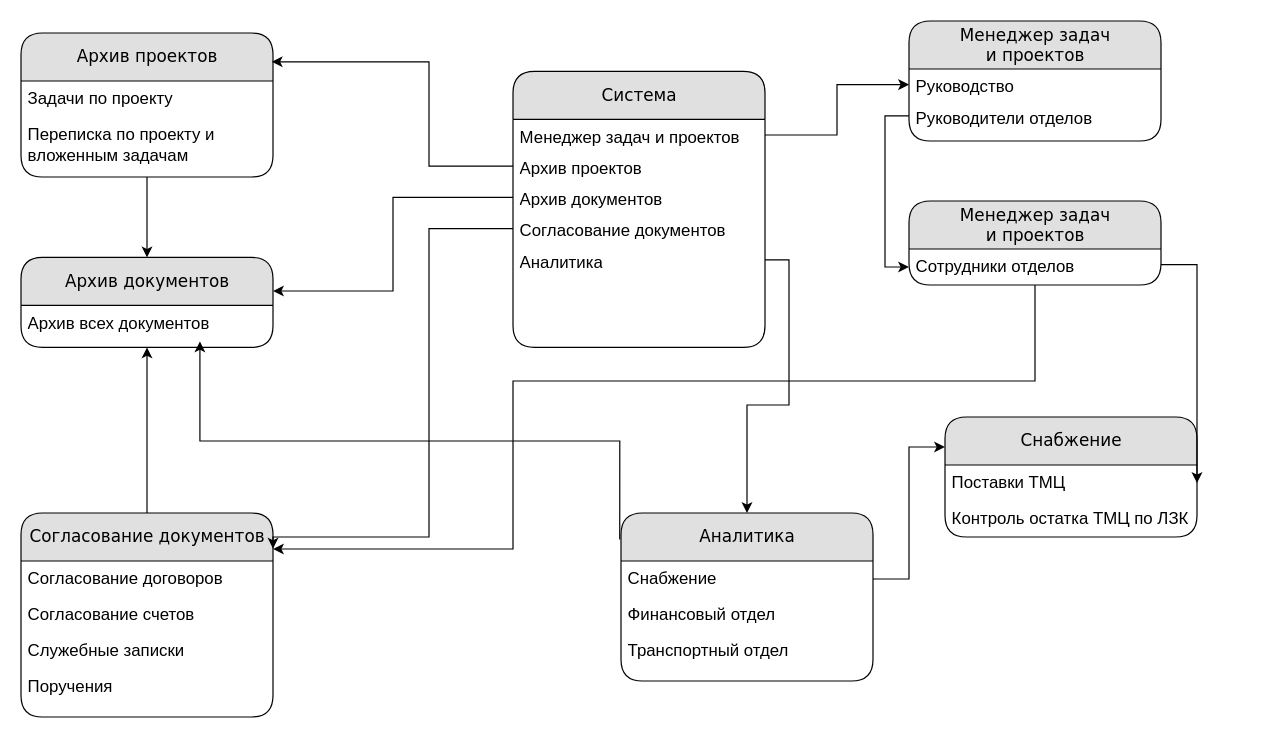
polyachok/CorpPortal keeps this draw.io diagram as Основная схема1.drawio. Above is the earlier version. Source tidied: cells renumbered, new cells numbered last; positions are measured from the earlier drawing's top-left corner, leaving out a move shared by most shapes. Both pictures are drawn from the tidied source at 120%, with x=0, y=0 at pixel (20, 20).
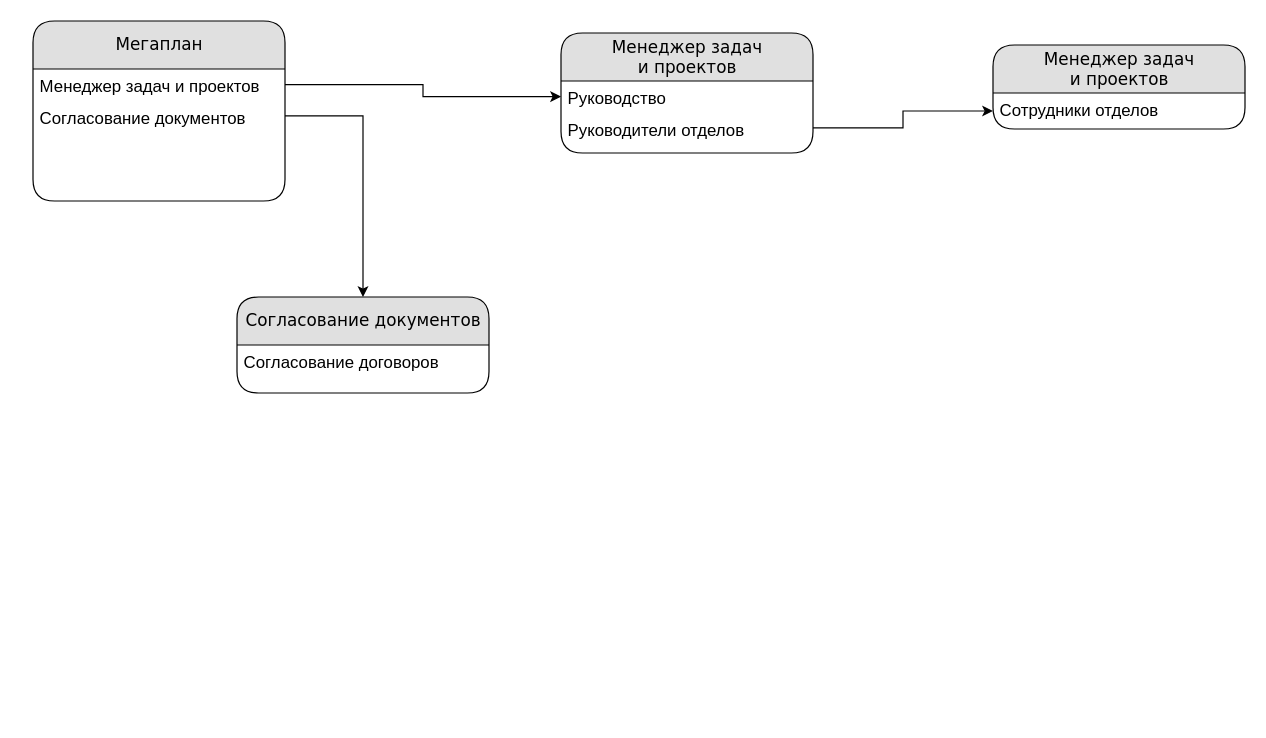
Above is the later version.

Unchanged cells that the change refers to:
```xml
<mxCell id="13" value="&lt;span style=&quot;font-size: 14px&quot;&gt;Сотрудники отделов&lt;/span&gt;" style="text;html=1;strokeColor=none;fillColor=none;spacingLeft=4;spacingRight=4;whiteSpace=wrap;overflow=hidden;points=[[0,0.5],[1,0.5]];portConstraint=eastwest;" parent="12" vertex="1">
  <mxGeometry y="40" width="210" height="30" as="geometry" />
</mxCell>
```

Change to the diagram source:
```diff
@@
     <mxCell id="2" value="&lt;font style=&quot;font-size: 14px&quot;&gt;Менеджер задач&lt;br&gt;&amp;nbsp;и проектов&amp;nbsp;&lt;/font&gt;" style="swimlane;html=1;fontStyle=0;horizontal=1;startSize=40;fillColor=#e0e0e0;swimlaneFillColor=#ffffff;align=center;rounded=1;shadow=0;comic=0;labelBackgroundColor=none;strokeWidth=1;fontFamily=Verdana;fontSize=12;" parent="1" vertex="1">
-      <mxGeometry x="740" width="210" height="100" as="geometry" />
+      <mxGeometry x="450" y="10" width="210" height="100" as="geometry" />
     </mxCell>
@@
-    <mxCell id="5" value="&lt;span style=&quot;font-size: 14px&quot;&gt;Система&lt;/span&gt;" style="swimlane;html=1;fontStyle=0;horizontal=1;startSize=40;fillColor=#e0e0e0;swimlaneFillColor=#ffffff;align=center;rounded=1;shadow=0;comic=0;labelBackgroundColor=none;strokeWidth=1;fontFamily=Verdana;fontSize=12;" parent="1" vertex="1">
-      <mxGeometry x="410" y="42" width="210" height="230" as="geometry" />
+    <mxCell id="5" value="&lt;span style=&quot;font-size: 14px&quot;&gt;Мегаплан&lt;/span&gt;" style="swimlane;html=1;fontStyle=0;horizontal=1;startSize=40;fillColor=#e0e0e0;swimlaneFillColor=#ffffff;align=center;rounded=1;shadow=0;comic=0;labelBackgroundColor=none;strokeWidth=1;fontFamily=Verdana;fontSize=12;" parent="1" vertex="1">
+      <mxGeometry x="10" width="210" height="150" as="geometry" />
     </mxCell>
@@
-    <mxCell id="7" value="&lt;font style=&quot;font-size: 14px&quot;&gt;Архив проектов&lt;/font&gt;" style="text;html=1;strokeColor=none;fillColor=none;spacingLeft=4;spacingRight=4;whiteSpace=wrap;overflow=hidden;points=[[0,0.5],[1,0.5]];portConstraint=eastwest;" parent="5" vertex="1">
-      <mxGeometry y="66" width="210" height="26" as="geometry" />
-    </mxCell>
-    <mxCell id="8" value="&lt;font style=&quot;font-size: 14px&quot;&gt;Архив документов&lt;/font&gt;" style="text;html=1;strokeColor=none;fillColor=none;spacingLeft=4;spacingRight=4;whiteSpace=wrap;overflow=hidden;points=[[0,0.5],[1,0.5]];portConstraint=eastwest;" parent="5" vertex="1">
-      <mxGeometry y="92" width="210" height="26" as="geometry" />
-    </mxCell>
     <mxCell id="9" value="&lt;font style=&quot;font-size: 14px&quot;&gt;Согласование документов&lt;/font&gt;" style="text;html=1;strokeColor=none;fillColor=none;spacingLeft=4;spacingRight=4;whiteSpace=wrap;overflow=hidden;points=[[0,0.5],[1,0.5]];portConstraint=eastwest;" parent="5" vertex="1">
-      <mxGeometry y="118" width="210" height="26" as="geometry" />
+      <mxGeometry y="66" width="210" height="26" as="geometry" />
     </mxCell>
-    <mxCell id="10" value="&lt;font style=&quot;font-size: 14px&quot;&gt;Аналитика&lt;/font&gt;" style="text;html=1;strokeColor=none;fillColor=none;spacingLeft=4;spacingRight=4;whiteSpace=wrap;overflow=hidden;points=[[0,0.5],[1,0.5]];portConstraint=eastwest;" parent="5" vertex="1">
-      <mxGeometry y="144" width="210" height="26" as="geometry" />
-    </mxCell>
@@
     <mxCell id="12" value="&lt;font style=&quot;font-size: 14px&quot;&gt;Менеджер задач&lt;br&gt;&amp;nbsp;и проектов&amp;nbsp;&lt;/font&gt;" style="swimlane;html=1;fontStyle=0;horizontal=1;startSize=40;fillColor=#e0e0e0;swimlaneFillColor=#ffffff;align=center;rounded=1;shadow=0;comic=0;labelBackgroundColor=none;strokeWidth=1;fontFamily=Verdana;fontSize=12;" parent="1" vertex="1">
-      <mxGeometry x="740" y="150" width="210" height="70" as="geometry" />
+      <mxGeometry x="810" y="20" width="210" height="70" as="geometry" />
     </mxCell>
@@
-    <mxCell id="14" style="edgeStyle=orthogonalEdgeStyle;rounded=0;jettySize=auto;html=1;entryX=0.5;entryY=0;entryDx=0;entryDy=0;" parent="1" edge="1" source="15" target="18">
-      <mxGeometry relative="1" as="geometry" />
-    </mxCell>
-    <mxCell id="15" value="&lt;span style=&quot;font-size: 14px&quot;&gt;Архив проектов&lt;/span&gt;" style="swimlane;html=1;fontStyle=0;horizontal=1;startSize=40;fillColor=#e0e0e0;swimlaneFillColor=#ffffff;align=center;rounded=1;shadow=0;comic=0;labelBackgroundColor=none;strokeWidth=1;fontFamily=Verdana;fontSize=12;" parent="1" vertex="1">
-      <mxGeometry y="10" width="210" height="120" as="geometry" />
-    </mxCell>
-    <mxCell id="16" value="&lt;span style=&quot;font-size: 14px&quot;&gt;Задачи по проекту&lt;/span&gt;" style="text;html=1;strokeColor=none;fillColor=none;spacingLeft=4;spacingRight=4;whiteSpace=wrap;overflow=hidden;" parent="15" vertex="1">
-      <mxGeometry y="40" width="210" height="30" as="geometry" />
-    </mxCell>
-    <mxCell id="17" value="&lt;span style=&quot;font-size: 14px&quot;&gt;Переписка по проекту и вложенным задачам&lt;/span&gt;" style="text;html=1;strokeColor=none;fillColor=none;spacingLeft=4;spacingRight=4;whiteSpace=wrap;overflow=hidden;" parent="15" vertex="1">
-      <mxGeometry y="70" width="210" height="40" as="geometry" />
-    </mxCell>
-    <mxCell id="18" value="&lt;span style=&quot;font-size: 14px&quot;&gt;Архив документов&lt;/span&gt;" style="swimlane;html=1;fontStyle=0;horizontal=1;startSize=40;fillColor=#e0e0e0;swimlaneFillColor=#ffffff;align=center;rounded=1;shadow=0;comic=0;labelBackgroundColor=none;strokeWidth=1;fontFamily=Verdana;fontSize=12;" parent="1" vertex="1">
-      <mxGeometry y="197" width="210" height="75" as="geometry" />
-    </mxCell>
-    <mxCell id="19" value="&lt;span style=&quot;font-size: 14px&quot;&gt;Архив всех документов&lt;/span&gt;" style="text;html=1;strokeColor=none;fillColor=none;spacingLeft=4;spacingRight=4;whiteSpace=wrap;overflow=hidden;points=[[0,0.5],[1,0.5]];portConstraint=eastwest;" parent="18" vertex="1">
-      <mxGeometry y="40" width="210" height="30" as="geometry" />
-    </mxCell>
@@
-    <mxCell id="21" style="edgeStyle=orthogonalEdgeStyle;rounded=0;jettySize=auto;html=1;entryX=0.995;entryY=0.2;entryDx=0;entryDy=0;entryPerimeter=0;" parent="1" edge="1" source="7" target="15">
-      <mxGeometry relative="1" as="geometry">
-        <Array as="points">
-          <mxPoint x="340" y="121" />
-          <mxPoint x="340" y="34" />
-        </Array>
-      </mxGeometry>
-    </mxCell>
-    <mxCell id="22" style="edgeStyle=orthogonalEdgeStyle;rounded=0;jettySize=auto;html=1;entryX=1;entryY=0.373;entryDx=0;entryDy=0;entryPerimeter=0;" parent="1" edge="1" source="8" target="18">
-      <mxGeometry relative="1" as="geometry" />
-    </mxCell>
-    <mxCell id="23" style="edgeStyle=orthogonalEdgeStyle;rounded=0;jettySize=auto;html=1;entryX=0.5;entryY=1;entryDx=0;entryDy=0;" parent="1" edge="1" source="24" target="18">
-      <mxGeometry relative="1" as="geometry" />
-    </mxCell>
     <mxCell id="24" value="&lt;span style=&quot;font-size: 14px&quot;&gt;Согласование документов&lt;/span&gt;" style="swimlane;html=1;fontStyle=0;horizontal=1;startSize=40;fillColor=#e0e0e0;swimlaneFillColor=#ffffff;align=center;rounded=1;shadow=0;comic=0;labelBackgroundColor=none;strokeWidth=1;fontFamily=Verdana;fontSize=12;" parent="1" vertex="1">
-      <mxGeometry y="410" width="210" height="170" as="geometry" />
+      <mxGeometry x="180" y="230" width="210" height="80" as="geometry" />
     </mxCell>
@@
-    <mxCell id="26" value="&lt;span style=&quot;font-size: 14px&quot;&gt;Согласование счетов&lt;/span&gt;" style="text;html=1;strokeColor=none;fillColor=none;spacingLeft=4;spacingRight=4;whiteSpace=wrap;overflow=hidden;" parent="24" vertex="1">
-      <mxGeometry y="70" width="210" height="30" as="geometry" />
-    </mxCell>
-    <mxCell id="27" value="&lt;span style=&quot;font-size: 14px&quot;&gt;Служебные записки&lt;/span&gt;" style="text;html=1;strokeColor=none;fillColor=none;spacingLeft=4;spacingRight=4;whiteSpace=wrap;overflow=hidden;" parent="24" vertex="1">
-      <mxGeometry y="100" width="210" height="30" as="geometry" />
-    </mxCell>
-    <mxCell id="28" value="&lt;span style=&quot;font-size: 14px&quot;&gt;Поручения&lt;/span&gt;" style="text;html=1;strokeColor=none;fillColor=none;spacingLeft=4;spacingRight=4;whiteSpace=wrap;overflow=hidden;" parent="24" vertex="1">
-      <mxGeometry y="130" width="210" height="30" as="geometry" />
-    </mxCell>
-    <mxCell id="29" style="edgeStyle=orthogonalEdgeStyle;rounded=0;jettySize=auto;html=1;entryX=1;entryY=0.175;entryDx=0;entryDy=0;entryPerimeter=0;" parent="1" edge="1" source="9" target="24">
-      <mxGeometry relative="1" as="geometry">
-        <Array as="points">
-          <mxPoint x="340" y="173" />
-          <mxPoint x="340" y="430" />
-          <mxPoint x="210" y="430" />
-        </Array>
-      </mxGeometry>
+    <mxCell id="29" style="edgeStyle=orthogonalEdgeStyle;rounded=0;jettySize=auto;html=1;entryX=0.5;entryY=0;entryDx=0;entryDy=0;" parent="1" edge="1" source="9" target="24">
+      <mxGeometry relative="1" as="geometry" />
     </mxCell>
-    <mxCell id="30" value="&lt;span style=&quot;font-size: 14px&quot;&gt;Аналитика&lt;/span&gt;" style="swimlane;html=1;fontStyle=0;horizontal=1;startSize=40;fillColor=#e0e0e0;swimlaneFillColor=#ffffff;align=center;rounded=1;shadow=0;comic=0;labelBackgroundColor=none;strokeWidth=1;fontFamily=Verdana;fontSize=12;" parent="1" vertex="1">
-      <mxGeometry x="500" y="410" width="210" height="140" as="geometry" />
-    </mxCell>
-    <mxCell id="31" value="&lt;span style=&quot;font-size: 14px&quot;&gt;Снабжение&lt;/span&gt;" style="text;html=1;strokeColor=none;fillColor=none;spacingLeft=4;spacingRight=4;whiteSpace=wrap;overflow=hidden;points=[[0,0.5],[1,0.5]];portConstraint=eastwest;" parent="30" vertex="1">
-      <mxGeometry y="40" width="210" height="30" as="geometry" />
-    </mxCell>
-    <mxCell id="32" value="&lt;span style=&quot;font-size: 14px&quot;&gt;Финансовый отдел&lt;/span&gt;" style="text;html=1;strokeColor=none;fillColor=none;spacingLeft=4;spacingRight=4;whiteSpace=wrap;overflow=hidden;" parent="30" vertex="1">
-      <mxGeometry y="70" width="210" height="30" as="geometry" />
-    </mxCell>
-    <mxCell id="33" value="&lt;span style=&quot;font-size: 14px&quot;&gt;Транспортный отдел&lt;/span&gt;" style="text;html=1;strokeColor=none;fillColor=none;spacingLeft=4;spacingRight=4;whiteSpace=wrap;overflow=hidden;" parent="30" vertex="1">
-      <mxGeometry y="100" width="210" height="30" as="geometry" />
-    </mxCell>
-    <mxCell id="34" value="&lt;span style=&quot;font-size: 14px&quot;&gt;Снабжение&lt;/span&gt;" style="swimlane;html=1;fontStyle=0;horizontal=1;startSize=40;fillColor=#e0e0e0;swimlaneFillColor=#ffffff;align=center;rounded=1;shadow=0;comic=0;labelBackgroundColor=none;strokeWidth=1;fontFamily=Verdana;fontSize=12;" parent="1" vertex="1">
-      <mxGeometry x="770" y="330" width="210" height="100" as="geometry" />
-    </mxCell>
-    <mxCell id="35" value="&lt;span style=&quot;font-size: 14px&quot;&gt;Поставки ТМЦ&lt;/span&gt;" style="text;html=1;strokeColor=none;fillColor=none;spacingLeft=4;spacingRight=4;whiteSpace=wrap;overflow=hidden;points=[[0,0.5],[1,0.5]];portConstraint=eastwest;" parent="34" vertex="1">
-      <mxGeometry y="40" width="210" height="30" as="geometry" />
-    </mxCell>
-    <mxCell id="36" value="&lt;span style=&quot;font-size: 14px&quot;&gt;Контроль остатка ТМЦ по ЛЗК&lt;/span&gt;" style="text;html=1;strokeColor=none;fillColor=none;spacingLeft=4;spacingRight=4;whiteSpace=wrap;overflow=hidden;" parent="34" vertex="1">
-      <mxGeometry y="70" width="210" height="30" as="geometry" />
-    </mxCell>
-    <mxCell id="37" style="edgeStyle=orthogonalEdgeStyle;rounded=0;jettySize=auto;html=1;entryX=0.5;entryY=0;entryDx=0;entryDy=0;" parent="1" edge="1" source="10" target="30">
-      <mxGeometry relative="1" as="geometry">
-        <Array as="points">
-          <mxPoint x="640" y="199" />
-          <mxPoint x="640" y="320" />
-          <mxPoint x="605" y="320" />
-        </Array>
-      </mxGeometry>
-    </mxCell>
-    <mxCell id="38" style="edgeStyle=orthogonalEdgeStyle;rounded=0;jettySize=auto;html=1;entryX=0;entryY=0.25;entryDx=0;entryDy=0;" parent="1" edge="1" source="31" target="34">
-      <mxGeometry relative="1" as="geometry" />
-    </mxCell>
-    <mxCell id="39" style="edgeStyle=orthogonalEdgeStyle;rounded=0;jettySize=auto;html=1;entryX=1;entryY=0.5;entryDx=0;entryDy=0;" parent="1" edge="1" source="13" target="35">
-      <mxGeometry relative="1" as="geometry">
-        <Array as="points">
-          <mxPoint x="980" y="203" />
-          <mxPoint x="980" y="380" />
-        </Array>
-      </mxGeometry>
-    </mxCell>
-    <mxCell id="40" style="edgeStyle=orthogonalEdgeStyle;rounded=0;jettySize=auto;html=1;entryX=0.71;entryY=1;entryDx=0;entryDy=0;entryPerimeter=0;exitX=-0.005;exitY=0.157;exitDx=0;exitDy=0;exitPerimeter=0;" parent="1" edge="1" source="30" target="19">
-      <mxGeometry relative="1" as="geometry">
-        <Array as="points">
-          <mxPoint x="499" y="350" />
-          <mxPoint x="149" y="350" />
-        </Array>
-      </mxGeometry>
-    </mxCell>
-    <mxCell id="41" style="edgeStyle=orthogonalEdgeStyle;rounded=0;jettySize=auto;html=1;" parent="1" edge="1" source="13">
-      <mxGeometry relative="1" as="geometry">
-        <mxPoint x="210" y="440" as="targetPoint" />
-        <Array as="points">
-          <mxPoint x="845" y="300" />
-          <mxPoint x="410" y="300" />
-          <mxPoint x="410" y="440" />
-        </Array>
-      </mxGeometry>
-    </mxCell>
```
